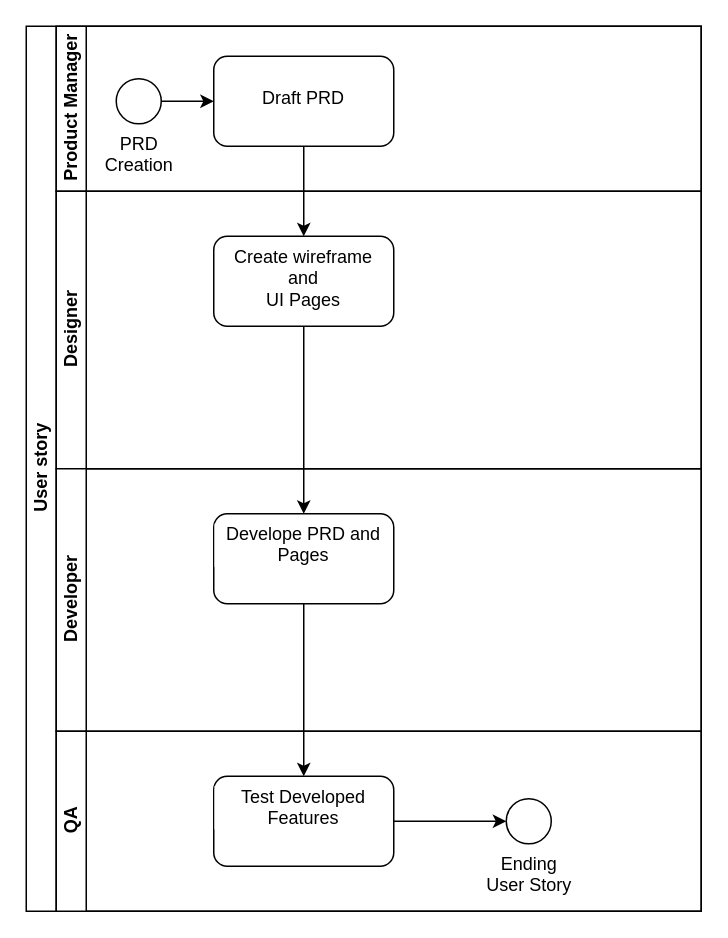
This is Untitled Diagram.drawio from Elprofessore00/business-process-management, a draw.io file, before an edit. Source tidied: cells renumbered, new cells numbered last; positions are measured from the earlier drawing's top-left corner, leaving out a move shared by most shapes. Both pictures are drawn from the tidied source at 150%, with x=0, y=0 at pixel (26, 26).
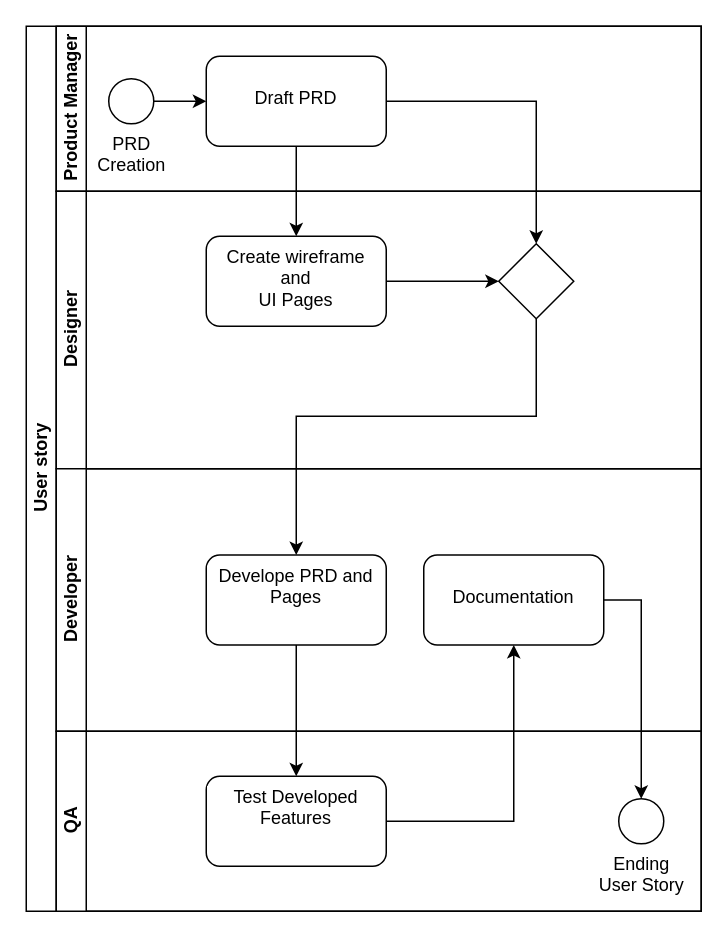
The same diagram, later.

The change refers to these unchanged cells:
```xml
<mxCell id="2" value="User story" style="swimlane;html=1;horizontal=0;startSize=20;" parent="1" vertex="1">
  <mxGeometry width="450" height="590" as="geometry" />
</mxCell>
<mxCell id="3" value="Product Manager" style="swimlane;html=1;startSize=20;horizontal=0;fontSize=12;" parent="2" vertex="1">
  <mxGeometry x="20" width="430" height="110" as="geometry" />
</mxCell>
<mxCell id="7" value="Designer" style="swimlane;html=1;startSize=20;horizontal=0;" parent="2" vertex="1">
  <mxGeometry x="20" y="110" width="430" height="185" as="geometry" />
</mxCell>
<mxCell id="9" value="Developer" style="swimlane;html=1;startSize=20;horizontal=0;" parent="2" vertex="1">
  <mxGeometry x="20" y="295" width="430" height="175" as="geometry" />
</mxCell>
<mxCell id="11" value="QA" style="swimlane;html=1;startSize=20;horizontal=0;" parent="2" vertex="1">
  <mxGeometry x="20" y="470" width="430" height="120" as="geometry" />
</mxCell>
```

Change to the diagram source:
```diff
@@
-<mxGraphModel>
+<mxGraphModel background="#ffffff">
@@
     <mxCell id="5" value="PRD&lt;br&gt;Creation" style="points=[[0.145,0.145,0],[0.5,0,0],[0.855,0.145,0],[1,0.5,0],[0.855,0.855,0],[0.5,1,0],[0.145,0.855,0],[0,0.5,0]];shape=mxgraph.bpmn.event;html=1;verticalLabelPosition=bottom;labelBackgroundColor=#ffffff;verticalAlign=top;align=center;perimeter=ellipsePerimeter;outlineConnect=0;outline=standard;symbol=general;" parent="3" vertex="1">
-      <mxGeometry x="40" y="35" width="30" height="30" as="geometry" />
+      <mxGeometry x="35" y="35" width="30" height="30" as="geometry" />
     </mxCell>
-    <mxCell id="6" value="&lt;br&gt;Draft PRD" style="rounded=1;whiteSpace=wrap;html=1;verticalAlign=top;labelBackgroundColor=#ffffff;" parent="3" vertex="1">
-      <mxGeometry x="105" y="20" width="120" height="60" as="geometry" />
+    <mxCell id="6" value="&lt;br&gt;Draft PRD" style="rounded=1;whiteSpace=wrap;html=1;verticalAlign=top;labelBackgroundColor=#ffffff;fillStyle=solid;" parent="3" vertex="1">
+      <mxGeometry x="100" y="20" width="120" height="60" as="geometry" />
     </mxCell>
@@
+    <mxCell id="18" style="edgeStyle=orthogonalEdgeStyle;rounded=0;jettySize=auto;html=1;" parent="7" edge="1" source="8" target="19">
+      <mxGeometry relative="1" as="geometry" />
+    </mxCell>
     <mxCell id="8" value="Create wireframe&lt;br&gt;and&lt;br&gt;UI Pages" style="whiteSpace=wrap;html=1;verticalAlign=top;rounded=1;labelBackgroundColor=#ffffff;" parent="7" vertex="1">
-      <mxGeometry x="105" y="30" width="120" height="60" as="geometry" />
+      <mxGeometry x="100" y="30" width="120" height="60" as="geometry" />
     </mxCell>
+    <mxCell id="19" style="points=[[0.25,0.25,0],[0.5,0,0],[0.75,0.25,0],[1,0.5,0],[0.75,0.75,0],[0.5,1,0],[0.25,0.75,0],[0,0.5,0]];shape=mxgraph.bpmn.gateway2;html=1;verticalLabelPosition=bottom;labelBackgroundColor=#ffffff;verticalAlign=top;align=center;perimeter=rhombusPerimeter;outlineConnect=0;outline=none;symbol=none;" parent="7" vertex="1">
+      <mxGeometry x="295" y="35" width="50" height="50" as="geometry" />
+    </mxCell>
@@
     <mxCell id="10" value="Develope PRD and Pages" style="rounded=1;whiteSpace=wrap;html=1;verticalAlign=top;labelBackgroundColor=#ffffff;" parent="9" vertex="1">
-      <mxGeometry x="105" y="30" width="120" height="60" as="geometry" />
+      <mxGeometry x="100" y="57.5" width="120" height="60" as="geometry" />
     </mxCell>
+    <mxCell id="20" value="&lt;br&gt;Documentation" style="rounded=1;whiteSpace=wrap;html=1;verticalAlign=top;labelBackgroundColor=#ffffff;" parent="9" vertex="1">
+      <mxGeometry x="245" y="57.5" width="120" height="60" as="geometry" />
+    </mxCell>
@@
-    <mxCell id="12" style="edgeStyle=orthogonalEdgeStyle;rounded=0;jettySize=auto;html=1;" parent="11" edge="1" source="13" target="14">
-      <mxGeometry relative="1" as="geometry" />
-    </mxCell>
     <mxCell id="13" value="Test Developed Features" style="rounded=1;whiteSpace=wrap;html=1;verticalAlign=top;labelBackgroundColor=#ffffff;" parent="11" vertex="1">
-      <mxGeometry x="105" y="30" width="120" height="60" as="geometry" />
+      <mxGeometry x="100" y="30" width="120" height="60" as="geometry" />
     </mxCell>
     <mxCell id="14" value="Ending&lt;br&gt;User Story" style="points=[[0.145,0.145,0],[0.5,0,0],[0.855,0.145,0],[1,0.5,0],[0.855,0.855,0],[0.5,1,0],[0.145,0.855,0],[0,0.5,0]];shape=mxgraph.bpmn.event;html=1;verticalLabelPosition=bottom;labelBackgroundColor=#ffffff;verticalAlign=top;align=center;perimeter=ellipsePerimeter;outlineConnect=0;outline=standard;symbol=general;" parent="11" vertex="1">
-      <mxGeometry x="300" y="45" width="30" height="30" as="geometry" />
+      <mxGeometry x="375" y="45" width="30" height="30" as="geometry" />
     </mxCell>
@@
-    <mxCell id="16" style="edgeStyle=orthogonalEdgeStyle;rounded=0;jettySize=auto;html=1;" parent="2" edge="1" source="8" target="10">
-      <mxGeometry relative="1" as="geometry" />
+    <mxCell id="16" style="edgeStyle=orthogonalEdgeStyle;rounded=0;jettySize=auto;html=1;exitX=0.5;exitY=1;exitDx=0;exitDy=0;exitPerimeter=0;" parent="2" edge="1" source="19" target="10">
+      <mxGeometry relative="1" as="geometry">
+        <Array as="points">
+          <mxPoint x="340" y="260" />
+          <mxPoint x="180" y="260" />
+        </Array>
+      </mxGeometry>
     </mxCell>
@@
+    <mxCell id="21" style="edgeStyle=orthogonalEdgeStyle;rounded=0;jettySize=auto;html=1;exitX=1;exitY=0.5;exitDx=0;exitDy=0;entryX=0.5;entryY=0;entryDx=0;entryDy=0;entryPerimeter=0;" parent="2" edge="1" source="6" target="19">
+      <mxGeometry relative="1" as="geometry" />
+    </mxCell>
+    <mxCell id="12" style="edgeStyle=orthogonalEdgeStyle;rounded=0;jettySize=auto;html=1;entryX=0.5;entryY=1;entryDx=0;entryDy=0;" parent="2" edge="1" source="13" target="20">
+      <mxGeometry relative="1" as="geometry" />
+    </mxCell>
+    <mxCell id="22" style="edgeStyle=orthogonalEdgeStyle;rounded=0;jettySize=auto;html=1;entryX=0.5;entryY=0;entryDx=0;entryDy=0;exitX=1;exitY=0.5;exitDx=0;exitDy=0;entryPerimeter=0;" parent="2" edge="1" source="20" target="14">
+      <mxGeometry relative="1" as="geometry" />
+    </mxCell>
```
